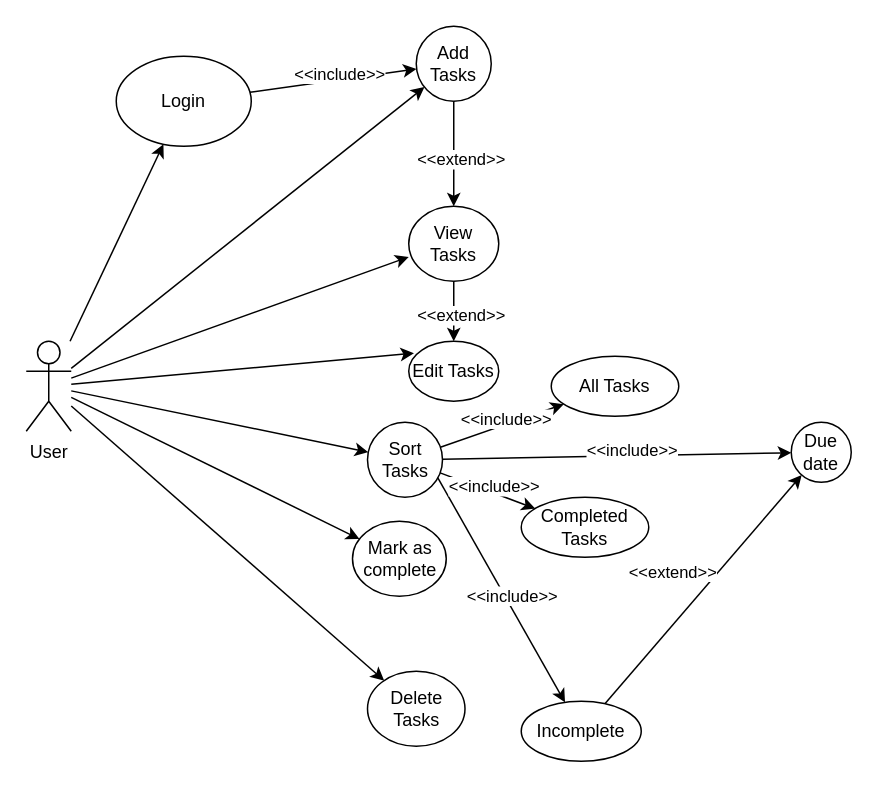
Earlier version of the draw.io diagram Task Manager Case.drawio (Giresse097/Giresse097). Source tidied: cells renumbered, new cells numbered last; positions are measured from the earlier drawing's top-left corner, leaving out a move shared by most shapes. Both pictures are drawn from the tidied source at 150%, with x=0, y=0 at pixel (26, 26).
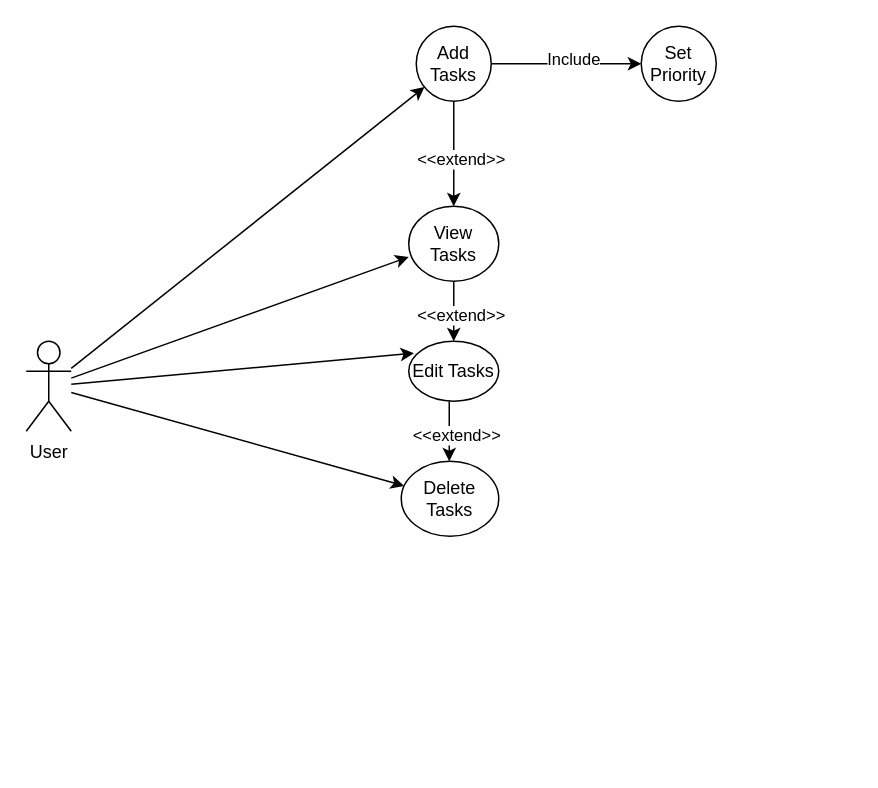
After the change.

The change refers to these unchanged cells:
```xml
<mxCell id="2" value="User" style="shape=umlActor;verticalLabelPosition=bottom;verticalAlign=top;html=1;outlineConnect=0;" parent="1" vertex="1">
  <mxGeometry y="210" width="30" height="60" as="geometry" />
</mxCell>
<mxCell id="4" value="Add Tasks" style="ellipse;whiteSpace=wrap;html=1;" parent="1" vertex="1">
  <mxGeometry x="260" width="50" height="50" as="geometry" />
</mxCell>
```

What changed in the source:
```diff
@@
-    <mxCell id="3" value="Login" style="ellipse;whiteSpace=wrap;html=1;" parent="1" vertex="1">
-      <mxGeometry x="60" y="20" width="90" height="60" as="geometry" />
-    </mxCell>
@@
     <mxCell id="7" value="Delete Tasks" style="ellipse;whiteSpace=wrap;html=1;" parent="1" vertex="1">
-      <mxGeometry x="227.5" y="430" width="65" height="50" as="geometry" />
+      <mxGeometry x="250" y="290" width="65" height="50" as="geometry" />
     </mxCell>
-    <mxCell id="8" value="Sort Tasks" style="ellipse;whiteSpace=wrap;html=1;" parent="1" vertex="1">
-      <mxGeometry x="227.5" y="264" width="50" height="50" as="geometry" />
-    </mxCell>
-    <mxCell id="9" style="endArrow=classic;html=1;rounded=0;" parent="1" edge="1" source="2" target="3">
-      <mxGeometry relative="1" as="geometry" />
-    </mxCell>
@@
-    <mxCell id="15" style="endArrow=classic;html=1;rounded=0;" parent="1" edge="1" source="3" target="4">
-      <mxGeometry relative="1" as="geometry" />
-    </mxCell>
-    <mxCell id="16" value="&amp;lt;&amp;lt;include&amp;gt;&amp;gt;" style="edgeLabel;html=1;align=center;verticalAlign=middle;" parent="15" vertex="1">
-      <mxGeometry x="0.08" y="4" relative="1" as="geometry" />
-    </mxCell>
@@
-    <mxCell id="18" style="endArrow=classic;html=1;rounded=0;" parent="1" edge="1" source="2" target="8">
-      <mxGeometry relative="1" as="geometry" />
-    </mxCell>
-    <mxCell id="19" value="Mark as complete" style="ellipse;whiteSpace=wrap;html=1;" parent="1" vertex="1">
-      <mxGeometry x="217.5" y="330" width="62.5" height="50" as="geometry" />
-    </mxCell>
-    <mxCell id="20" style="endArrow=classic;html=1;rounded=0;" parent="1" edge="1" source="2" target="19">
-      <mxGeometry relative="1" as="geometry" />
-    </mxCell>
-    <mxCell id="21" value="All Tasks" style="ellipse;whiteSpace=wrap;html=1;" parent="1" vertex="1">
-      <mxGeometry x="350" y="220" width="85" height="40" as="geometry" />
-    </mxCell>
-    <mxCell id="22" value="Completed&lt;div&gt;Tasks&lt;/div&gt;" style="ellipse;whiteSpace=wrap;html=1;" parent="1" vertex="1">
-      <mxGeometry x="330" y="314" width="85" height="40" as="geometry" />
-    </mxCell>
-    <mxCell id="23" style="endArrow=classic;html=1;rounded=0;exitX=0.936;exitY=0.738;exitDx=0;exitDy=0;exitPerimeter=0;" parent="1" edge="1" source="8" target="34">
-      <mxGeometry relative="1" as="geometry" />
-    </mxCell>
-    <mxCell id="24" value="&amp;lt;&amp;lt;include&amp;gt;&amp;gt;" style="edgeLabel;html=1;align=center;verticalAlign=middle;" parent="23" vertex="1">
-      <mxGeometry x="0.08" y="4" relative="1" as="geometry" />
-    </mxCell>
-    <mxCell id="25" style="endArrow=classic;html=1;rounded=0;" parent="1" edge="1" source="8" target="22">
-      <mxGeometry relative="1" as="geometry" />
-    </mxCell>
-    <mxCell id="26" value="&amp;lt;&amp;lt;include&amp;gt;&amp;gt;" style="edgeLabel;html=1;align=center;verticalAlign=middle;" parent="25" vertex="1">
-      <mxGeometry x="0.08" y="4" relative="1" as="geometry" />
-    </mxCell>
-    <mxCell id="27" style="endArrow=classic;html=1;rounded=0;" parent="1" edge="1" source="8" target="21">
-      <mxGeometry relative="1" as="geometry" />
-    </mxCell>
-    <mxCell id="28" value="&amp;lt;&amp;lt;include&amp;gt;&amp;gt;" style="edgeLabel;html=1;align=center;verticalAlign=middle;" parent="27" vertex="1">
-      <mxGeometry x="0.08" y="4" relative="1" as="geometry" />
-    </mxCell>
-    <mxCell id="29" value="Due date" style="ellipse;whiteSpace=wrap;html=1;" parent="1" vertex="1">
-      <mxGeometry x="510" y="264" width="40" height="40" as="geometry" />
-    </mxCell>
-    <mxCell id="30" style="endArrow=classic;html=1;rounded=0;" parent="1" edge="1" source="8" target="29">
-      <mxGeometry relative="1" as="geometry" />
-    </mxCell>
-    <mxCell id="31" value="&amp;lt;&amp;lt;include&amp;gt;&amp;gt;" style="edgeLabel;html=1;align=center;verticalAlign=middle;" parent="30" vertex="1">
-      <mxGeometry x="0.08" y="4" relative="1" as="geometry" />
-    </mxCell>
-    <mxCell id="32" style="endArrow=classic;html=1;rounded=0;" parent="1" edge="1" source="34" target="29">
-      <mxGeometry relative="1" as="geometry" />
-    </mxCell>
-    <mxCell id="33" value="&amp;lt;&amp;lt;extend&amp;gt;&amp;gt;" style="edgeLabel;html=1;align=center;verticalAlign=middle;" parent="32" vertex="1">
-      <mxGeometry x="0.08" y="4" relative="1" as="geometry">
-        <mxPoint x="-23" y="-3" as="offset" />
-      </mxGeometry>
-    </mxCell>
-    <mxCell id="34" value="Incomplete" style="ellipse;whiteSpace=wrap;html=1;" parent="1" vertex="1">
-      <mxGeometry x="330" y="450" width="80" height="40" as="geometry" />
-    </mxCell>
@@
+    <mxCell id="37" style="endArrow=classic;html=1;rounded=0;" parent="1" edge="1">
+      <mxGeometry relative="1" as="geometry">
+        <mxPoint x="282" y="250" as="sourcePoint" />
+        <mxPoint x="282" y="290" as="targetPoint" />
+      </mxGeometry>
+    </mxCell>
+    <mxCell id="33" value="&amp;lt;&amp;lt;extend&amp;gt;&amp;gt;" style="edgeLabel;html=1;align=center;verticalAlign=middle;" parent="37" vertex="1">
+      <mxGeometry x="0.08" y="4" relative="1" as="geometry" />
+    </mxCell>
+    <mxCell id="38" value="Set Priority" style="ellipse;whiteSpace=wrap;html=1;" parent="1" vertex="1">
+      <mxGeometry x="410" width="50" height="50" as="geometry" />
+    </mxCell>
+    <mxCell id="39" style="endArrow=classic;html=1;rounded=0;exitX=1;exitY=0.5;exitDx=0;exitDy=0;" parent="1" edge="1" source="4" target="38">
+      <mxGeometry relative="1" as="geometry" />
+    </mxCell>
+    <mxCell id="40" value="Include" style="edgeLabel;html=1;align=center;verticalAlign=middle;" parent="39" vertex="1">
+      <mxGeometry x="0.08" y="4" relative="1" as="geometry" />
+    </mxCell>
```
